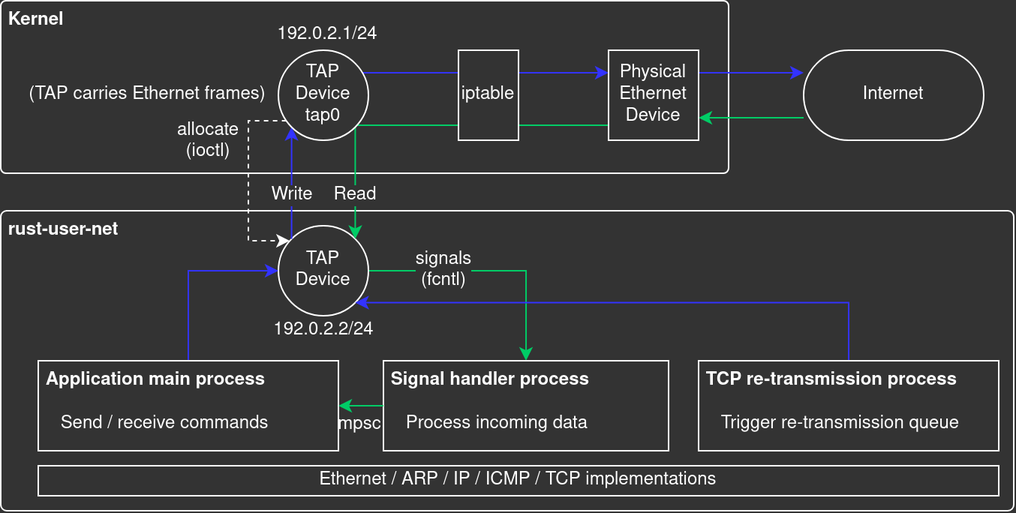
Before: docs/images/overview.png, a diagram exported from draw.io (ykskb/rust-user-net). Source tidied: cells renumbered, new cells last; positions are measured from the earlier drawing's top-left corner, leaving out a move shared by most shapes.
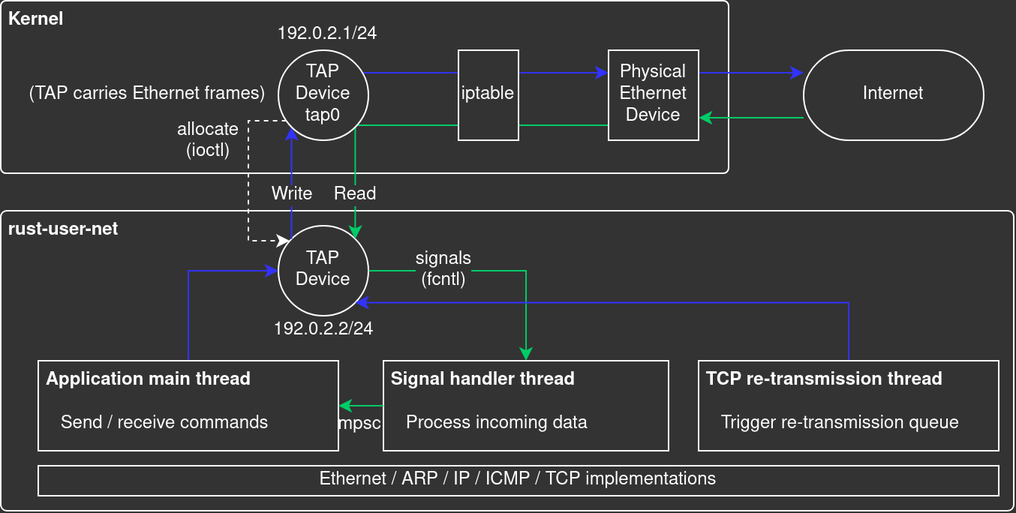
The same file after the commit.

Commit message:
Fix labels in overview diagram.

The edit, as a diff of the source:
```diff
@@ -38,10 +38,10 @@
         </Array>
       </mxGeometry>
     </mxCell>
-    <mxCell id="10" value="&lt;div&gt;&amp;nbsp;&lt;b&gt;Application main process&lt;/b&gt;&lt;/div&gt;&lt;div&gt;&lt;b&gt;&lt;br&gt;&lt;/b&gt;&lt;/div&gt;&lt;div&gt;&amp;nbsp;&amp;nbsp;&amp;nbsp; Send / receive commands&lt;/div&gt;" style="rounded=1;whiteSpace=wrap;html=1;align=left;verticalAlign=top;arcSize=0;fontColor=#FFFFFF;labelBackgroundColor=#333333;strokeColor=#FFFFFF;fillColor=#333333;" parent="1" vertex="1">
+    <mxCell id="10" value="&lt;div&gt;&amp;nbsp;&lt;b&gt;Application main thread&lt;br&gt;&lt;/b&gt;&lt;/div&gt;&lt;div&gt;&lt;b&gt;&lt;br&gt;&lt;/b&gt;&lt;/div&gt;&lt;div&gt;&amp;nbsp;&amp;nbsp;&amp;nbsp; Send / receive commands&lt;/div&gt;" style="rounded=1;whiteSpace=wrap;html=1;align=left;verticalAlign=top;arcSize=0;fontColor=#FFFFFF;labelBackgroundColor=#333333;strokeColor=#FFFFFF;fillColor=#333333;" parent="1" vertex="1">
       <mxGeometry x="25" y="240" width="200" height="60" as="geometry" />
     </mxCell>
-    <mxCell id="11" value="&lt;div&gt;&amp;nbsp;&lt;b&gt;Signal handler process&lt;/b&gt;&lt;/div&gt;&lt;div&gt;&lt;br&gt;&lt;/div&gt;&lt;div&gt;&amp;nbsp;&amp;nbsp;&amp;nbsp; Process incoming data&lt;br&gt;&lt;/div&gt;" style="rounded=1;whiteSpace=wrap;html=1;align=left;verticalAlign=top;arcSize=0;fontColor=#FFFFFF;labelBackgroundColor=#333333;strokeColor=#FFFFFF;fillColor=#333333;" parent="1" vertex="1">
+    <mxCell id="11" value="&lt;div&gt;&amp;nbsp;&lt;b&gt;Signal handler thread&lt;br&gt;&lt;/b&gt;&lt;/div&gt;&lt;div&gt;&lt;br&gt;&lt;/div&gt;&lt;div&gt;&amp;nbsp;&amp;nbsp;&amp;nbsp; Process incoming data&lt;br&gt;&lt;/div&gt;" style="rounded=1;whiteSpace=wrap;html=1;align=left;verticalAlign=top;arcSize=0;fontColor=#FFFFFF;labelBackgroundColor=#333333;strokeColor=#FFFFFF;fillColor=#333333;" parent="1" vertex="1">
       <mxGeometry x="255" y="240" width="190" height="60" as="geometry" />
     </mxCell>
     <mxCell id="12" style="edgeStyle=orthogonalEdgeStyle;rounded=0;jettySize=auto;html=1;entryX=1;entryY=1;entryDx=0;entryDy=0;strokeColor=#3333FF;fontSize=12;startArrow=none;startFill=0;endArrow=classic;endFill=1;exitX=0.5;exitY=0;exitDx=0;exitDy=0;fontColor=#FFFFFF;labelBackgroundColor=#333333;" parent="1" edge="1" source="13" target="8">
@@ -51,7 +51,7 @@
         </Array>
       </mxGeometry>
     </mxCell>
-    <mxCell id="13" value="&lt;b&gt;&amp;nbsp;TCP re-transmission process&lt;/b&gt;&lt;div&gt;&lt;br&gt;&lt;/div&gt;&lt;div&gt;&amp;nbsp;&amp;nbsp;&amp;nbsp; Trigger re-transmission queue&lt;br&gt;&lt;/div&gt;" style="rounded=1;whiteSpace=wrap;html=1;align=left;verticalAlign=top;arcSize=0;fontColor=#FFFFFF;labelBackgroundColor=#333333;strokeColor=#FFFFFF;fillColor=#333333;" parent="1" vertex="1">
+    <mxCell id="13" value="&lt;b&gt;&amp;nbsp;TCP re-transmission thread&lt;br&gt;&lt;/b&gt;&lt;div&gt;&lt;br&gt;&lt;/div&gt;&lt;div&gt;&amp;nbsp;&amp;nbsp;&amp;nbsp; Trigger re-transmission queue&lt;br&gt;&lt;/div&gt;" style="rounded=1;whiteSpace=wrap;html=1;align=left;verticalAlign=top;arcSize=0;fontColor=#FFFFFF;labelBackgroundColor=#333333;strokeColor=#FFFFFF;fillColor=#333333;" parent="1" vertex="1">
       <mxGeometry x="465" y="240" width="200" height="60" as="geometry" />
     </mxCell>
     <mxCell id="14" value="&lt;div&gt;allocate&lt;/div&gt;&lt;div&gt;(ioctl)&lt;br&gt;&lt;/div&gt;" style="edgeStyle=orthogonalEdgeStyle;rounded=0;jettySize=auto;html=1;fontSize=12;dashed=1;fontColor=#FFFFFF;labelBackgroundColor=#333333;strokeColor=#FFFFFF;" parent="1" edge="1" source="19" target="8">
```
